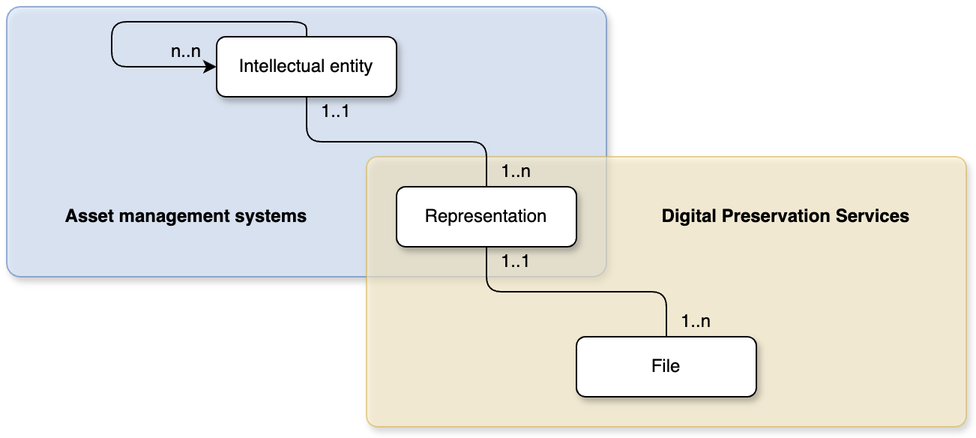
This is content/docs/E-ARK/data-metadata-architecture/premis.png from NationalLibraryOfNorway/digitalpreservation-blog.nb.no, a draw.io export, as it was before one commit. Source tidied: cells renumbered, new cells last; positions are measured from the earlier drawing's top-left corner, leaving out a move shared by most shapes.
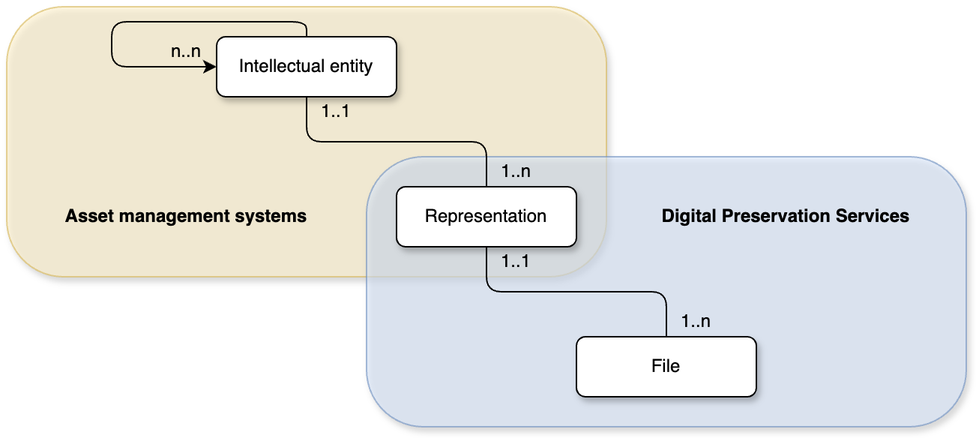
The same diagram one commit later.

Change to the diagram source:
```diff
@@ -2,10 +2,10 @@
   <root>
     <mxCell id="0" />
     <mxCell id="1" parent="0" />
-    <mxCell id="2" style="rounded=1;whiteSpace=wrap;html=1;fillColor=#dae8fc;strokeColor=#6c8ebf;fillStyle=auto;opacity=70;arcSize=5;shadow=1;" parent="1" vertex="1">
-      <mxGeometry width="400" height="180" as="geometry" />
-    </mxCell>
+    <mxCell id="17" style="rounded=1;whiteSpace=wrap;html=1;fillColor=#fff2cc;strokeColor=#d6b656;arcSize=21;shadow=1;opacity=60;" parent="1" vertex="1">
+      <mxGeometry width="400" height="180" as="geometry" />
+    </mxCell>
-    <mxCell id="3" style="rounded=1;whiteSpace=wrap;html=1;fillColor=#fff2cc;strokeColor=#d6b656;arcSize=4;shadow=1;opacity=60;" parent="1" vertex="1">
+    <mxCell id="3" style="rounded=1;whiteSpace=wrap;html=1;fillColor=#dae8fc;strokeColor=#6c8ebf;arcSize=21;shadow=1;opacity=60;" parent="1" vertex="1">
       <mxGeometry x="240" y="100" width="400" height="180" as="geometry" />
     </mxCell>
     <mxCell id="4" value="Intellectual entity" style="rounded=1;whiteSpace=wrap;html=1;shadow=1;" parent="1" vertex="1">
```
